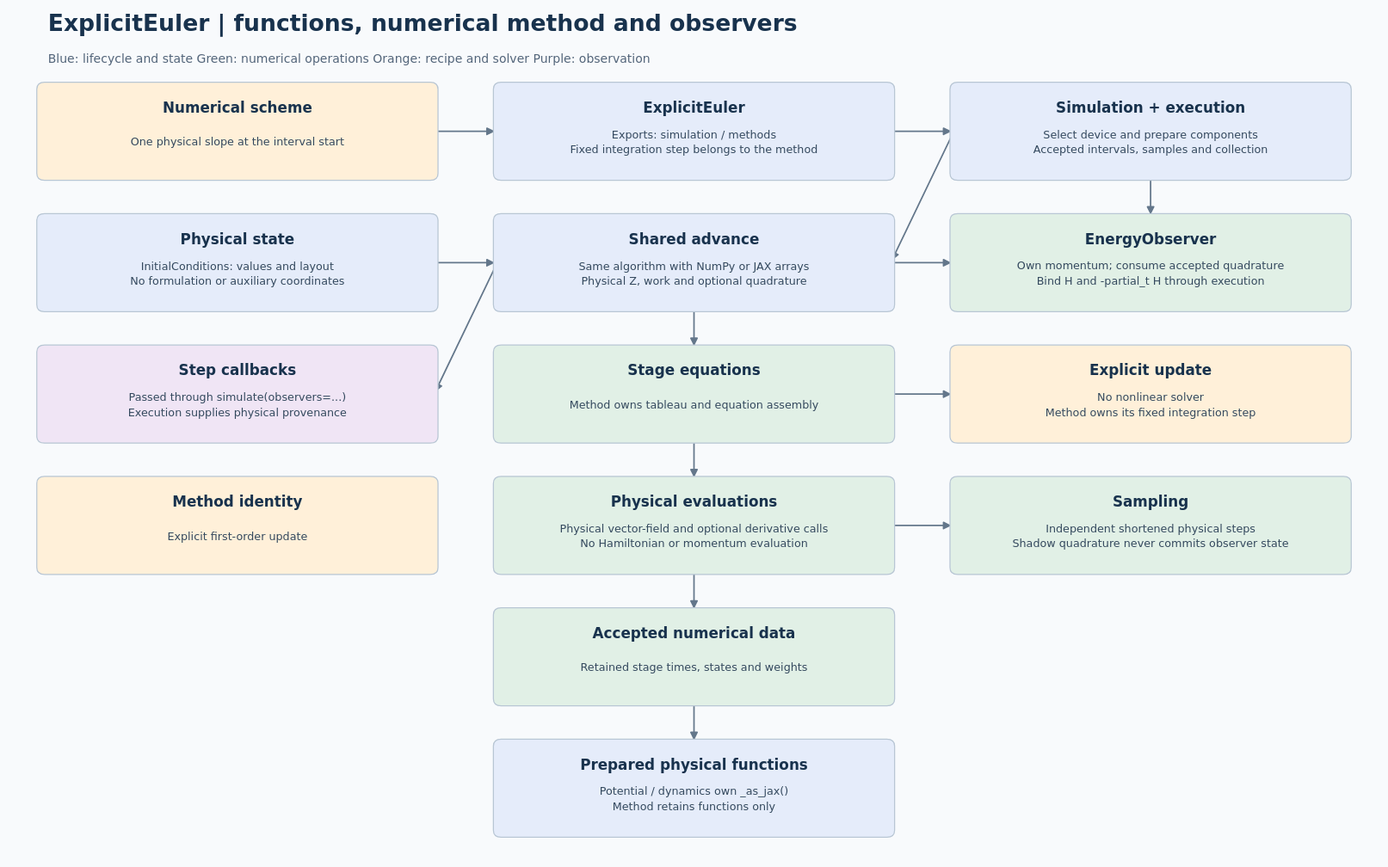
Above: docs/models/explicit-euler/simulation/explicit-euler-simulation-architecture.svg in Jugibe-52/GC2D_intranet (PlantUML), before the change. Its source is kept beside it as docs/models/explicit-euler/simulation/explicit-euler-simulation-architecture.puml.
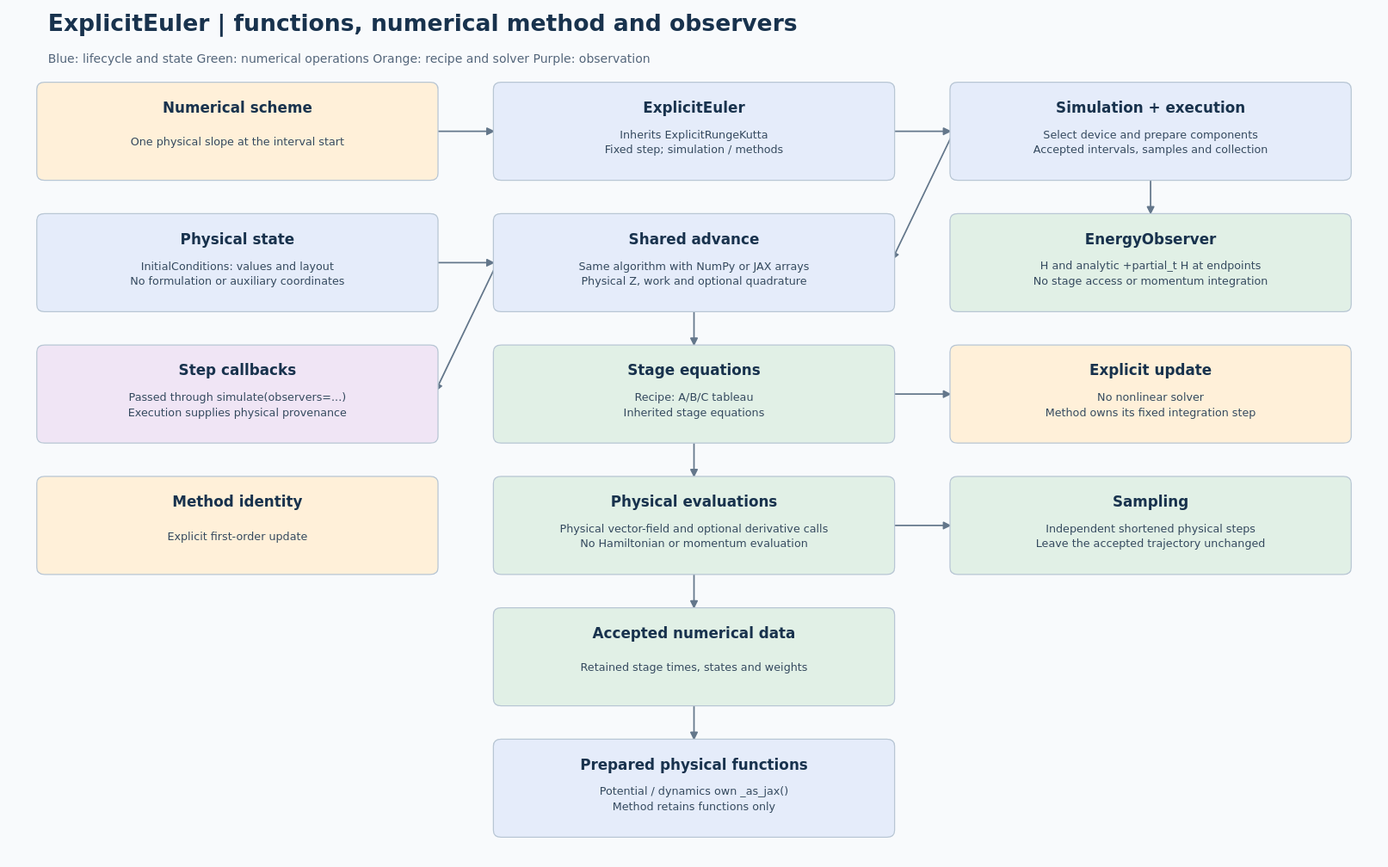
After the commit.

What changed in the source:
```diff
@@ -3,17 +3,17 @@
   graph [rankdir=TB, bgcolor="#f8fafc"];
   node [shape=box, style="rounded,filled", fontname="DejaVu Sans"];
   recipe [label="Numerical scheme\nOne physical slope at the interval start", fillcolor="#fff0d9"];
-  method [label="ExplicitEuler\nExports: simulation / methods\nFixed integration step belongs to the method", fillcolor="#e5ecfa"];
+  method [label="ExplicitEuler\nInherits ExplicitRungeKutta\nFixed step; simulation / methods", fillcolor="#e5ecfa"];
   driver [label="Simulation + execution\nSelect device and prepare components\nAccepted intervals, samples and collection", fillcolor="#e5ecfa"];
   state [label="Physical state\nInitialConditions: values and layout\nNo formulation or auxiliary coordinates", fillcolor="#e5ecfa"];
   advance [label="Shared advance\nSame algorithm with NumPy or JAX arrays\nPhysical Z, work and optional quadrature", fillcolor="#e5ecfa"];
-  energy [label="EnergyObserver\nOwn momentum; consume accepted quadrature\nBind H and -partial_t H through execution", fillcolor="#e1f0e6"];
+  energy [label="EnergyObserver\nH and analytic +partial_t H at endpoints\nNo stage access or momentum integration", fillcolor="#e1f0e6"];
   observe [label="Step callbacks\nPassed through simulate(observers=...)\nExecution supplies physical provenance", fillcolor="#f0e5f5"];
-  projection [label="Stage equations\nMethod owns tableau and equation assembly", fillcolor="#e1f0e6"];
+  projection [label="Stage equations\nRecipe: A/B/C tableau\nInherited stage equations", fillcolor="#e1f0e6"];
   solver [label="Explicit update\nNo nonlinear solver\nMethod owns its fixed integration step", fillcolor="#fff0d9"];
   placement [label="Method identity\nExplicit first-order update", fillcolor="#fff0d9"];
   compose [label="Physical evaluations\nPhysical vector-field and optional derivative calls\nNo Hamiltonian or momentum evaluation", fillcolor="#e1f0e6"];
-  tangent [label="Sampling\nIndependent shortened physical steps\nShadow quadrature never commits observer state", fillcolor="#e1f0e6"];
+  tangent [label="Sampling\nIndependent shortened physical steps\nLeave the accepted trajectory unchanged", fillcolor="#e1f0e6"];
   maps [label="Accepted numerical data\nRetained stage times, states and weights", fillcolor="#e1f0e6"];
   dynamics [label="Prepared physical functions\nPotential / dynamics own _as_jax()\nMethod retains functions only", fillcolor="#e5ecfa"];
   recipe -> method;
@@ -22,7 +22,6 @@
   state -> advance;
   advance -> projection;
   driver -> energy;
-  advance -> energy;
   advance -> observe;
   projection -> compose;
   projection -> solver;
```
